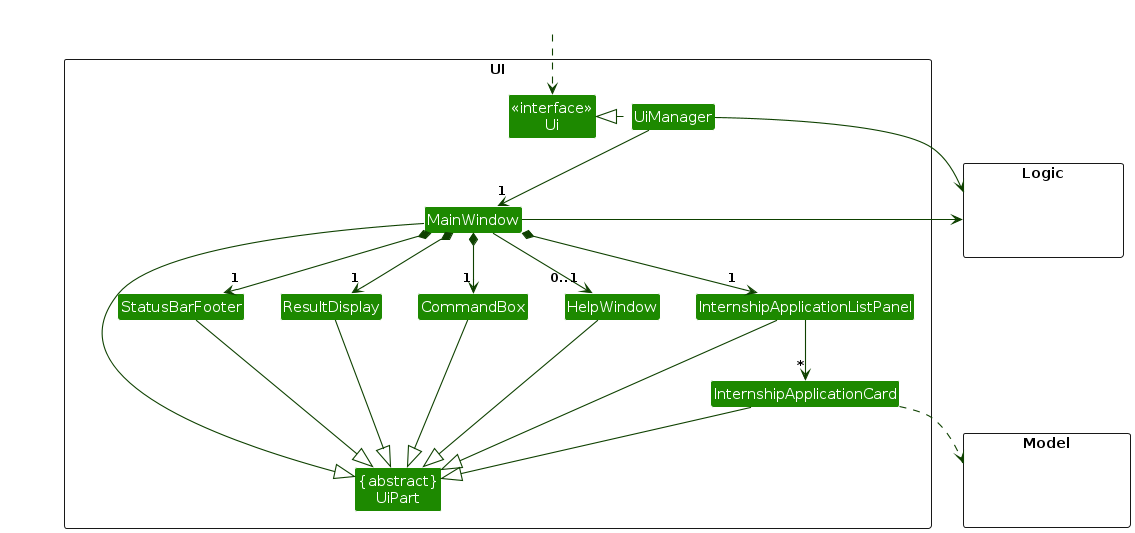
Above: diagrams/UiClassDiagram.png in woke02/tp (PlantUML), before the change. Its source is kept beside it as diagrams/UiClassDiagram.puml. The source it was exported from:
```plantuml
@startuml
!include style.puml
skinparam arrowThickness 1.1
skinparam arrowColor UI_COLOR_T4
skinparam classBackgroundColor UI_COLOR

package UI <<Rectangle>>{
Class "<<interface>>\nUi" as Ui
Class "{abstract}\nUiPart" as UiPart
Class UiManager
Class MainWindow
Class HelpWindow
Class ResultDisplay
Class InternshipApplicationListPanel
Class InternshipApplicationCard
Class StatusBarFooter
Class CommandBox
}

package Model <<Rectangle>> {
Class HiddenModel #FFFFFF
}

package Logic <<Rectangle>> {
Class HiddenLogic #FFFFFF
}

Class HiddenOutside #FFFFFF
HiddenOutside ..> Ui

UiManager .left.|> Ui
UiManager -down-> "1" MainWindow
MainWindow *-down->  "1" CommandBox
MainWindow *-down-> "1" ResultDisplay
MainWindow *-down-> "1" InternshipApplicationListPanel
MainWindow *-down-> "1" StatusBarFooter
MainWindow --> "0..1" HelpWindow

InternshipApplicationListPanel -down-> "*" InternshipApplicationCard

MainWindow -left-|> UiPart

ResultDisplay --|> UiPart
CommandBox --|> UiPart
InternshipApplicationListPanel --|> UiPart
InternshipApplicationCard --|> UiPart
StatusBarFooter --|> UiPart
HelpWindow --|> UiPart

InternshipApplicationCard ..> Model
UiManager -right-> Logic
MainWindow -left-> Logic

InternshipApplicationListPanel -[hidden]left- HelpWindow
HelpWindow -[hidden]left- CommandBox
CommandBox -[hidden]left- ResultDisplay
ResultDisplay -[hidden]left- StatusBarFooter

MainWindow -[hidden]-|> UiPart
@enduml
```
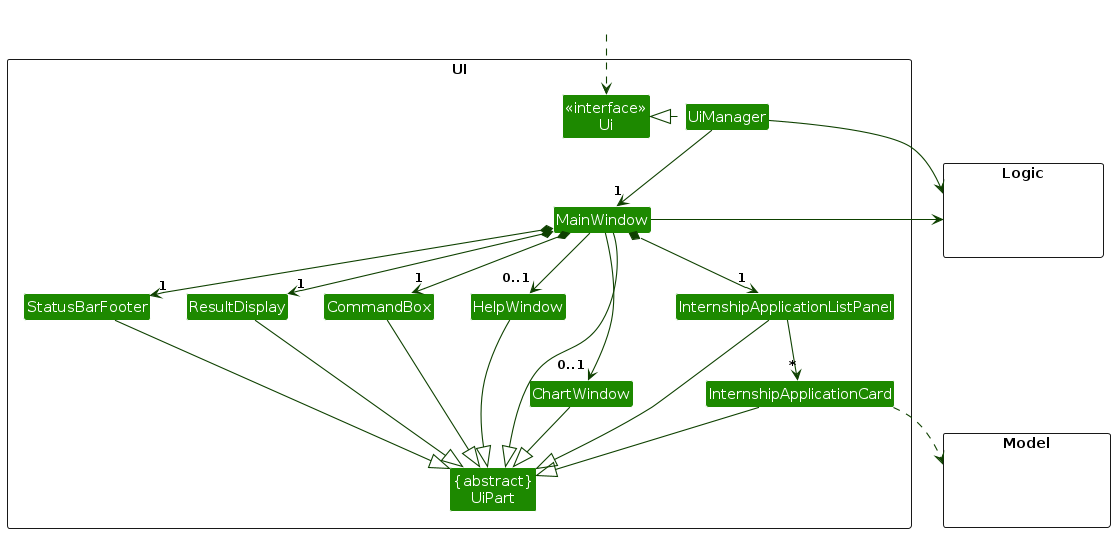
The same file after the commit.

What changed in the source:
```diff
@@ -10,6 +10,7 @@
 Class UiManager
 Class MainWindow
 Class HelpWindow
+Class ChartWindow
 Class ResultDisplay
 Class InternshipApplicationListPanel
 Class InternshipApplicationCard
@@ -35,6 +36,7 @@
 MainWindow *-down-> "1" InternshipApplicationListPanel
 MainWindow *-down-> "1" StatusBarFooter
 MainWindow --> "0..1" HelpWindow
+MainWindow --> "0..1" ChartWindow
 
 InternshipApplicationListPanel -down-> "*" InternshipApplicationCard
 
@@ -46,6 +48,7 @@
 InternshipApplicationCard --|> UiPart
 StatusBarFooter --|> UiPart
 HelpWindow --|> UiPart
+ChartWindow --|> UiPart
 
 InternshipApplicationCard ..> Model
 UiManager -right-> Logic
```
